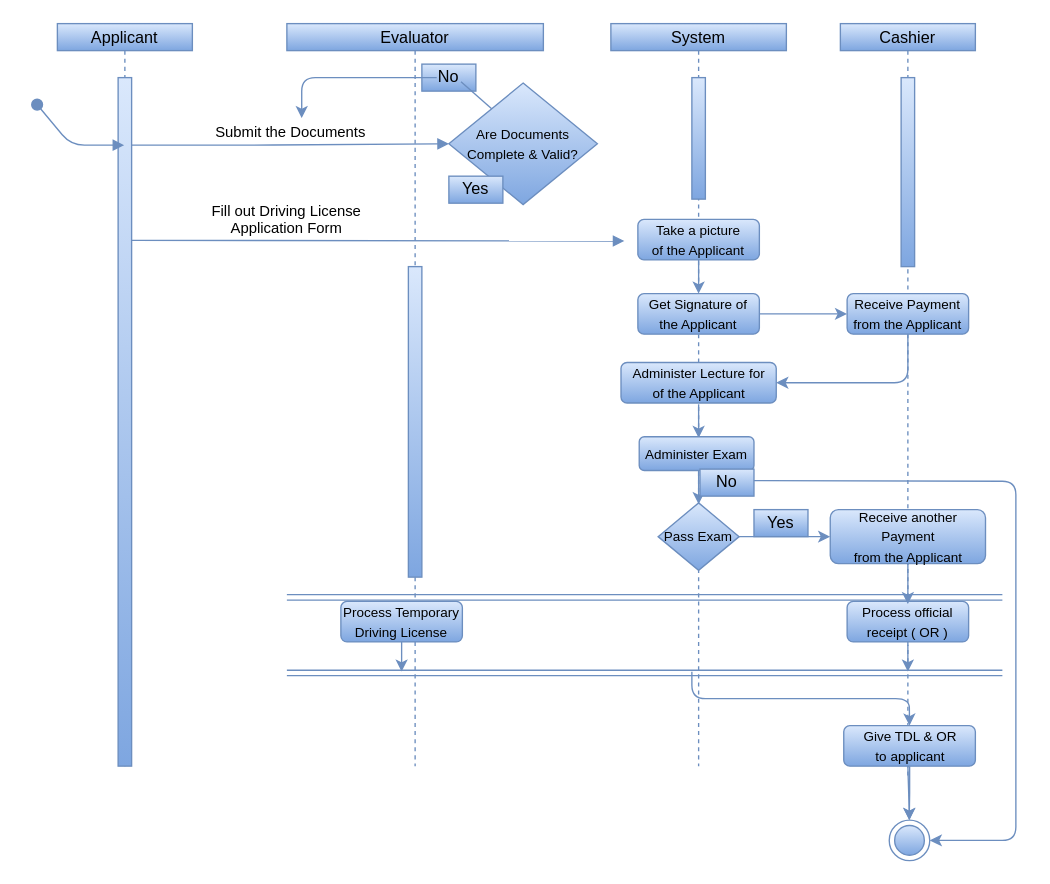
The draw.io diagram Untitled Diagram.drawio in akshat-52/SoftwareEngineering, before the edit. Source tidied: cells renumbered, new cells numbered last; positions are measured from the earlier drawing's top-left corner, leaving out a move shared by most shapes. Both pictures are drawn from the tidied source at 135%, with x=0, y=0 at pixel (36, 23).
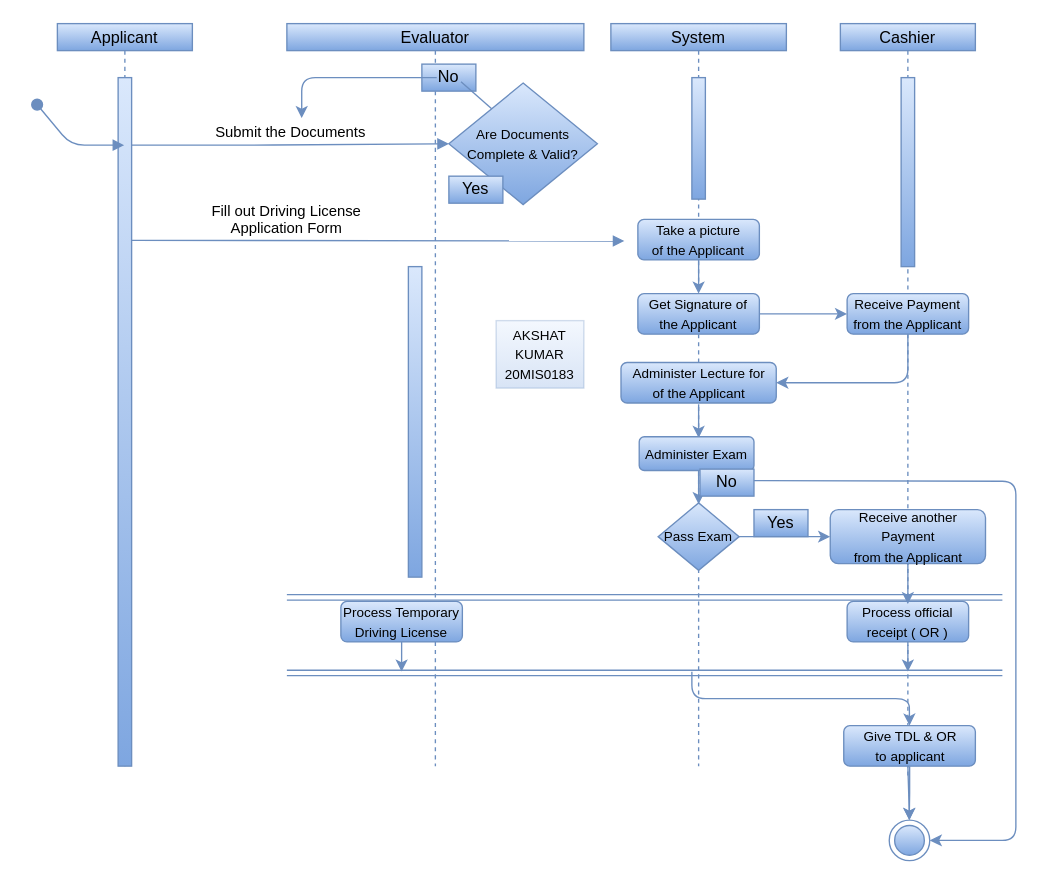
After the change.

Commit message:
State Diagram Final

The edit, as a diff of the source:
```diff
@@
     <mxCell id="5" value="Evaluator" style="shape=umlLifeline;perimeter=lifelinePerimeter;rounded=0;shadow=0;strokeWidth=1;size=20;gradientColor=#7ea6e0;fillColor=#dae8fc;strokeColor=#6c8ebf;" parent="1" vertex="1">
-      <mxGeometry x="185" width="190" height="550" as="geometry" />
+      <mxGeometry x="185" width="220" height="550" as="geometry" />
     </mxCell>
@@
+    <mxCell id="47" value="&lt;font style=&quot;font-size: 10px&quot;&gt;AKSHAT&lt;br&gt;KUMAR&lt;br&gt;20MIS0183&lt;/font&gt;" style="text;html=1;strokeColor=#6c8ebf;fillColor=#dae8fc;align=center;verticalAlign=middle;whiteSpace=wrap;rounded=0;labelBackgroundColor=none;gradientColor=#7ea6e0;opacity=30;" parent="5" vertex="1">
+      <mxGeometry x="155" y="220" width="65" height="50" as="geometry" />
+    </mxCell>
```
